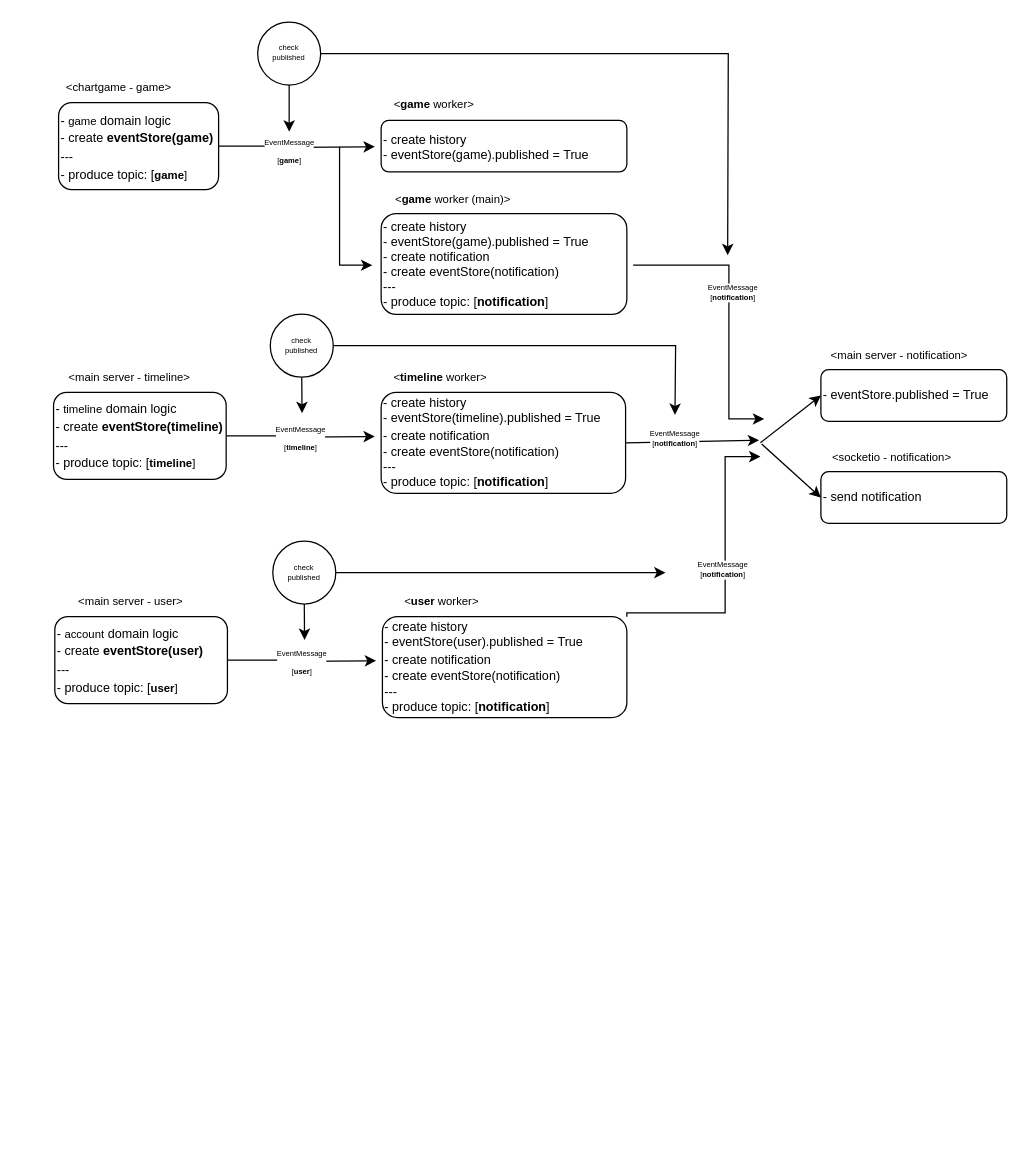
The draw.io diagram notification.drawio in myeongjunkim/somethings, before the edit. Source tidied: cells renumbered, new cells numbered last; positions are measured from the earlier drawing's top-left corner, leaving out a move shared by most shapes. Both pictures are drawn from the tidied source at 126%, with x=0, y=0 at pixel (53, 21).
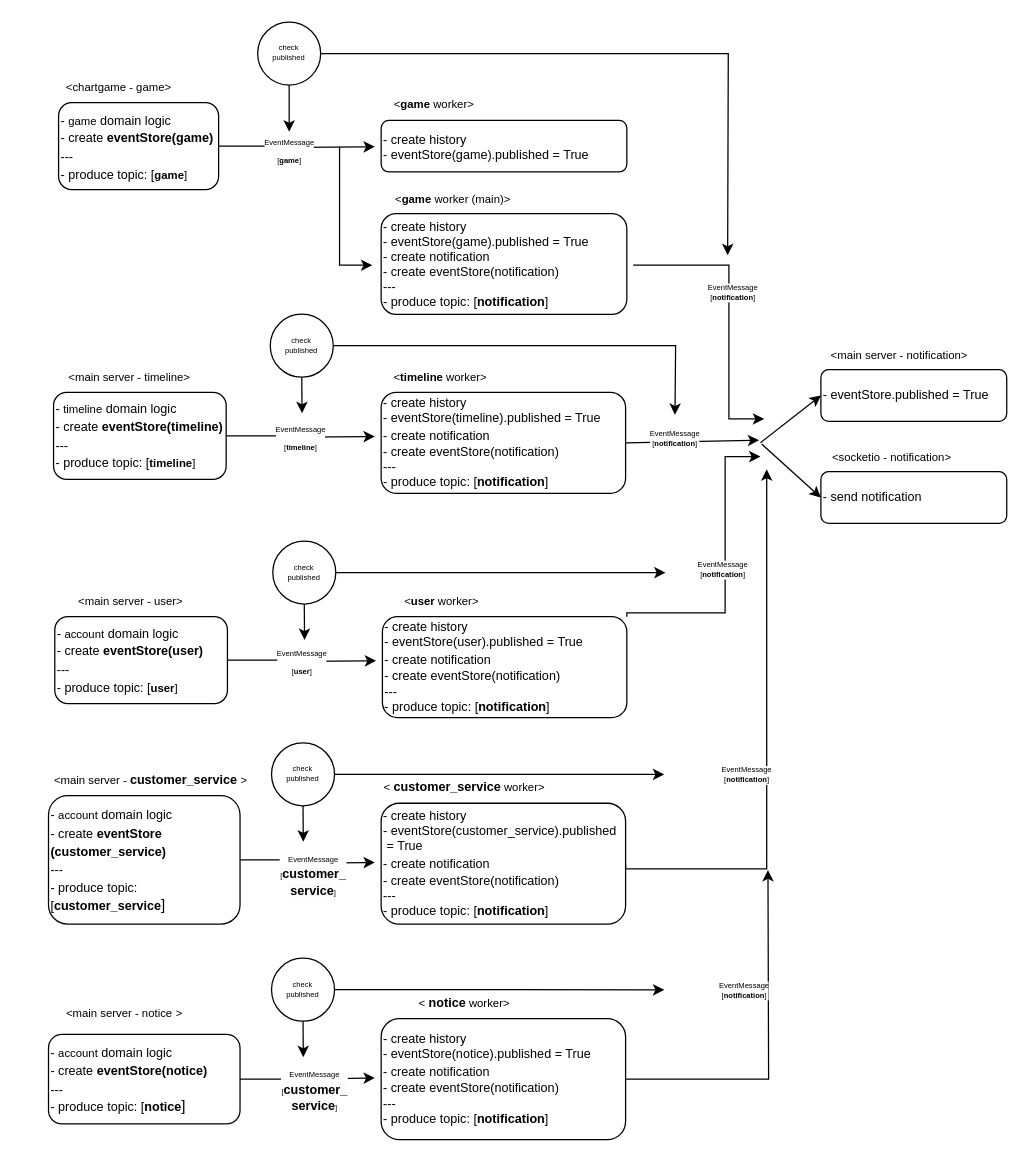
The same page after the edit.

The edit, as a diff of the source:
```diff
@@
+    <mxCell id="41" value="&lt;p&gt;&lt;font style=&quot;font-size: 6px;&quot;&gt;EventMessage&lt;br&gt;[&lt;b style=&quot;border-color: var(--border-color); text-align: left; background-color: rgb(251, 251, 251); font-size: x-small;&quot;&gt;customer_&lt;br&gt;service&lt;/b&gt;]&lt;/font&gt;&lt;/p&gt;" style="edgeStyle=orthogonalEdgeStyle;rounded=0;jettySize=auto;html=1;exitX=1;exitY=0.5;exitDx=0;exitDy=0;" parent="1" edge="1" source="42">
+      <mxGeometry x="0.1" y="-9" relative="1" as="geometry">
+        <mxPoint x="255" y="667" as="targetPoint" />
+      </mxGeometry>
+    </mxCell>
+    <mxCell id="42" value="&lt;span style=&quot;background-color: initial; font-size: x-small;&quot;&gt;-&amp;nbsp;&lt;/span&gt;&lt;span style=&quot;font-size: 9px; text-align: center;&quot;&gt;account&lt;/span&gt;&lt;span style=&quot;background-color: initial; font-size: x-small;&quot;&gt;&amp;nbsp;domain logic&lt;br&gt;- create &lt;b&gt;eventStore&lt;br&gt;(customer_service)&lt;/b&gt;&lt;br&gt;---&lt;br&gt;- produce topic: [&lt;/span&gt;&lt;b style=&quot;border-color: var(--border-color); font-size: x-small;&quot;&gt;customer_service&lt;/b&gt;]&lt;span style=&quot;background-color: initial; font-size: x-small;&quot;&gt;&lt;br&gt;&lt;/span&gt;" style="rounded=1;whiteSpace=wrap;html=1;align=left;" parent="1" vertex="1">
+      <mxGeometry x="-4" y="614" width="152" height="102" as="geometry" />
+    </mxCell>
+    <mxCell id="43" value="&lt;font style=&quot;font-size: 9px;&quot;&gt;&amp;lt;main server -&amp;nbsp;&lt;b style=&quot;border-color: var(--border-color); font-size: x-small; text-align: left;&quot;&gt;customer_service&amp;nbsp;&lt;/b&gt;&amp;gt;&lt;/font&gt;" style="text;html=1;strokeColor=none;fillColor=none;align=center;verticalAlign=middle;whiteSpace=wrap;rounded=0;" parent="1" vertex="1">
+      <mxGeometry x="-4" y="594" width="163" height="14" as="geometry" />
+    </mxCell>
+    <mxCell id="44" value="&lt;font style=&quot;font-size: 9px;&quot;&gt;&lt;b&gt;&amp;nbsp;&lt;/b&gt;&amp;lt;&lt;b style=&quot;border-color: var(--border-color); text-align: left; font-size: x-small;&quot;&gt;&amp;nbsp;customer_service&lt;/b&gt;&lt;b&gt;&amp;nbsp;&lt;/b&gt;worker&amp;gt;&lt;/font&gt;" style="text;html=1;strokeColor=none;fillColor=none;align=center;verticalAlign=middle;whiteSpace=wrap;rounded=0;" parent="1" vertex="1">
+      <mxGeometry x="273" y="600" width="104" height="14" as="geometry" />
+    </mxCell>
+    <mxCell id="45" value="&lt;font size=&quot;1&quot;&gt;&lt;div style=&quot;&quot;&gt;- create history&lt;/div&gt;&lt;div style=&quot;&quot;&gt;- eventStore(customer_service).published&lt;br&gt;&amp;nbsp;= True&lt;span style=&quot;background-color: initial;&quot;&gt;&amp;nbsp;&lt;/span&gt;&lt;/div&gt;&lt;/font&gt;&lt;span style=&quot;font-size: x-small;&quot;&gt;- create notification&lt;/span&gt;&lt;span style=&quot;background-color: initial;&quot;&gt;&lt;font size=&quot;1&quot;&gt;&lt;div style=&quot;&quot;&gt;- create eventStore(notification)&lt;/div&gt;&lt;div style=&quot;&quot;&gt;---&lt;/div&gt;&lt;div style=&quot;&quot;&gt;- produce topic: [&lt;b&gt;notification&lt;/b&gt;]&lt;/div&gt;&lt;/font&gt;&lt;/span&gt;" style="rounded=1;whiteSpace=wrap;html=1;align=left;" parent="1" vertex="1">
+      <mxGeometry x="260" y="620" width="194" height="96" as="geometry" />
+    </mxCell>
+    <mxCell id="46" style="edgeStyle=orthogonalEdgeStyle;rounded=0;jettySize=auto;html=1;exitX=0.5;exitY=1;exitDx=0;exitDy=0;fontFamily=Helvetica;fontSize=6;" parent="1" edge="1" source="48">
+      <mxGeometry relative="1" as="geometry">
+        <mxPoint x="198.2" y="650.5" as="targetPoint" />
+      </mxGeometry>
+    </mxCell>
+    <mxCell id="47" style="edgeStyle=orthogonalEdgeStyle;rounded=0;jettySize=auto;html=1;exitX=1;exitY=0.5;exitDx=0;exitDy=0;fontFamily=Helvetica;fontSize=6;" parent="1" edge="1" source="48">
+      <mxGeometry relative="1" as="geometry">
+        <mxPoint x="484.7" y="597.1" as="targetPoint" />
+      </mxGeometry>
+    </mxCell>
+    <mxCell id="48" value="check&lt;br&gt;published" style="ellipse;whiteSpace=wrap;html=1;fontFamily=Helvetica;fontSize=6;" parent="1" vertex="1">
+      <mxGeometry x="173" y="572" width="50" height="50" as="geometry" />
+    </mxCell>
+    <mxCell id="49" style="edgeStyle=orthogonalEdgeStyle;rounded=0;jettySize=auto;html=1;fontFamily=Helvetica;fontSize=6;exitX=1;exitY=0.5;exitDx=0;exitDy=0;" parent="1" edge="1" source="45">
+      <mxGeometry relative="1" as="geometry">
+        <mxPoint x="566" y="355" as="targetPoint" />
+        <Array as="points">
+          <mxPoint x="566" y="672" />
+        </Array>
+      </mxGeometry>
+    </mxCell>
+    <mxCell id="50" value="EventMessage&lt;br&gt;[&lt;b&gt;notification&lt;/b&gt;]" style="edgeLabel;html=1;align=center;verticalAlign=middle;fontSize=6;fontFamily=Helvetica;" parent="49" vertex="1">
+      <mxGeometry x="-0.48" relative="1" as="geometry">
+        <mxPoint x="-14" y="-75" as="offset" />
+      </mxGeometry>
+    </mxCell>
+    <mxCell id="51" value="&lt;p&gt;&lt;font style=&quot;font-size: 6px;&quot;&gt;EventMessage&lt;br&gt;[&lt;b style=&quot;border-color: var(--border-color); text-align: left; background-color: rgb(251, 251, 251); font-size: x-small;&quot;&gt;customer_&lt;br&gt;service&lt;/b&gt;]&lt;/font&gt;&lt;/p&gt;" style="edgeStyle=orthogonalEdgeStyle;rounded=0;jettySize=auto;html=1;exitX=1;exitY=0.5;exitDx=0;exitDy=0;" parent="1" edge="1" source="52">
+      <mxGeometry x="0.1" y="-9" relative="1" as="geometry">
+        <mxPoint x="255" y="838" as="targetPoint" />
+      </mxGeometry>
+    </mxCell>
+    <mxCell id="52" value="&lt;span style=&quot;background-color: initial; font-size: x-small;&quot;&gt;-&amp;nbsp;&lt;/span&gt;&lt;span style=&quot;font-size: 9px; text-align: center;&quot;&gt;account&lt;/span&gt;&lt;span style=&quot;background-color: initial; font-size: x-small;&quot;&gt;&amp;nbsp;domain logic&lt;br&gt;- create &lt;b&gt;eventStore(notice)&lt;/b&gt;&lt;br&gt;---&lt;br&gt;- produce topic: [&lt;b&gt;notice&lt;/b&gt;&lt;/span&gt;]&lt;span style=&quot;background-color: initial; font-size: x-small;&quot;&gt;&lt;br&gt;&lt;/span&gt;" style="rounded=1;whiteSpace=wrap;html=1;align=left;" parent="1" vertex="1">
+      <mxGeometry x="-4" y="803.5" width="152" height="71" as="geometry" />
+    </mxCell>
+    <mxCell id="53" value="&lt;font style=&quot;font-size: 9px;&quot;&gt;&amp;lt;main server - notice&lt;b style=&quot;border-color: var(--border-color); font-size: x-small; text-align: left;&quot;&gt;&amp;nbsp;&lt;/b&gt;&amp;gt;&lt;/font&gt;" style="text;html=1;strokeColor=none;fillColor=none;align=center;verticalAlign=middle;whiteSpace=wrap;rounded=0;" parent="1" vertex="1">
+      <mxGeometry x="-25" y="779" width="163" height="14" as="geometry" />
+    </mxCell>
+    <mxCell id="54" value="&lt;font style=&quot;font-size: 9px;&quot;&gt;&lt;b&gt;&amp;nbsp;&lt;/b&gt;&amp;lt;&lt;b style=&quot;border-color: var(--border-color); text-align: left; font-size: x-small;&quot;&gt;&amp;nbsp;notice&lt;/b&gt;&lt;b&gt;&amp;nbsp;&lt;/b&gt;worker&amp;gt;&lt;/font&gt;" style="text;html=1;strokeColor=none;fillColor=none;align=center;verticalAlign=middle;whiteSpace=wrap;rounded=0;" parent="1" vertex="1">
+      <mxGeometry x="273" y="771" width="104" height="14" as="geometry" />
+    </mxCell>
+    <mxCell id="55" style="edgeStyle=orthogonalEdgeStyle;rounded=0;jettySize=auto;html=1;exitX=1;exitY=0.5;exitDx=0;exitDy=0;" parent="1" edge="1" source="56">
+      <mxGeometry relative="1" as="geometry">
+        <mxPoint x="567" y="673" as="targetPoint" />
+      </mxGeometry>
+    </mxCell>
+    <mxCell id="56" value="&lt;font size=&quot;1&quot;&gt;&lt;div style=&quot;&quot;&gt;- create history&lt;/div&gt;&lt;div style=&quot;&quot;&gt;- eventStore(notice).published&amp;nbsp;= True&lt;span style=&quot;background-color: initial;&quot;&gt;&amp;nbsp;&lt;/span&gt;&lt;/div&gt;&lt;/font&gt;&lt;span style=&quot;font-size: x-small;&quot;&gt;- create notification&lt;/span&gt;&lt;span style=&quot;background-color: initial;&quot;&gt;&lt;font size=&quot;1&quot;&gt;&lt;div style=&quot;&quot;&gt;- create eventStore(notification)&lt;/div&gt;&lt;div style=&quot;&quot;&gt;---&lt;/div&gt;&lt;div style=&quot;&quot;&gt;- produce topic: [&lt;b&gt;notification&lt;/b&gt;]&lt;/div&gt;&lt;/font&gt;&lt;/span&gt;" style="rounded=1;whiteSpace=wrap;html=1;align=left;" parent="1" vertex="1">
+      <mxGeometry x="260" y="791" width="194" height="96" as="geometry" />
+    </mxCell>
+    <mxCell id="57" style="edgeStyle=orthogonalEdgeStyle;rounded=0;jettySize=auto;html=1;exitX=0.5;exitY=1;exitDx=0;exitDy=0;fontFamily=Helvetica;fontSize=6;" parent="1" edge="1" source="59">
+      <mxGeometry relative="1" as="geometry">
+        <mxPoint x="198.2" y="821.5" as="targetPoint" />
+      </mxGeometry>
+    </mxCell>
+    <mxCell id="58" style="edgeStyle=orthogonalEdgeStyle;rounded=0;jettySize=auto;html=1;exitX=1;exitY=0.5;exitDx=0;exitDy=0;fontFamily=Helvetica;fontSize=6;" parent="1" edge="1" source="59">
+      <mxGeometry relative="1" as="geometry">
+        <mxPoint x="484.7" y="768.1" as="targetPoint" />
+      </mxGeometry>
+    </mxCell>
+    <mxCell id="59" value="check&lt;br&gt;published" style="ellipse;whiteSpace=wrap;html=1;fontFamily=Helvetica;fontSize=6;" parent="1" vertex="1">
+      <mxGeometry x="173" y="743" width="50" height="50" as="geometry" />
+    </mxCell>
+    <mxCell id="60" value="EventMessage&lt;br&gt;[&lt;b&gt;notification&lt;/b&gt;]" style="edgeLabel;html=1;align=center;verticalAlign=middle;fontSize=6;fontFamily=Helvetica;" parent="1" vertex="1">
+      <mxGeometry x="547.7" y="768" as="geometry" />
+    </mxCell>
```
